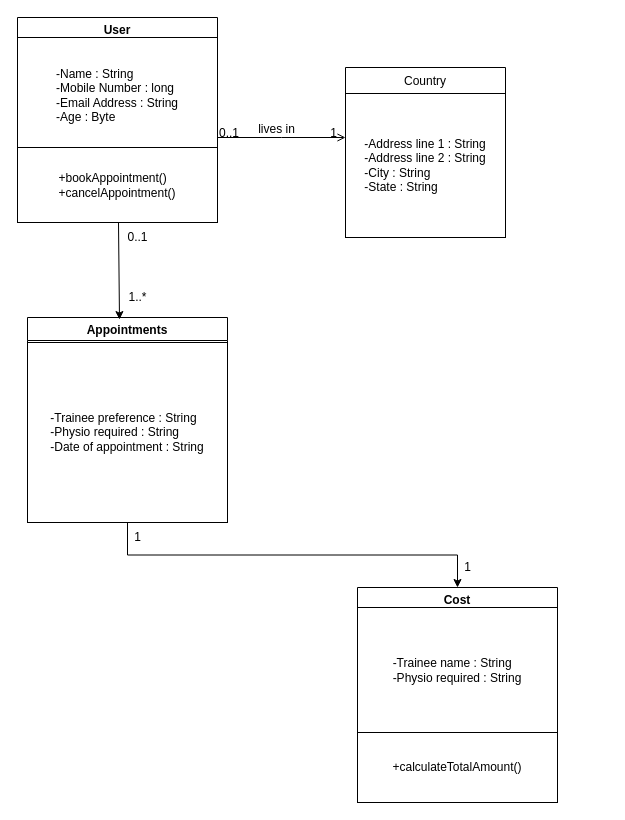
devenshettyss/gitpractice keeps this draw.io diagram as Untitled Diagram.drawio. Above is the earlier version. Source tidied: cells renumbered, new cells numbered last; positions are measured from the earlier drawing's top-left corner, leaving out a move shared by most shapes. Both pictures are drawn from the tidied source at 100%, with x=0, y=0 at pixel (17, 17).
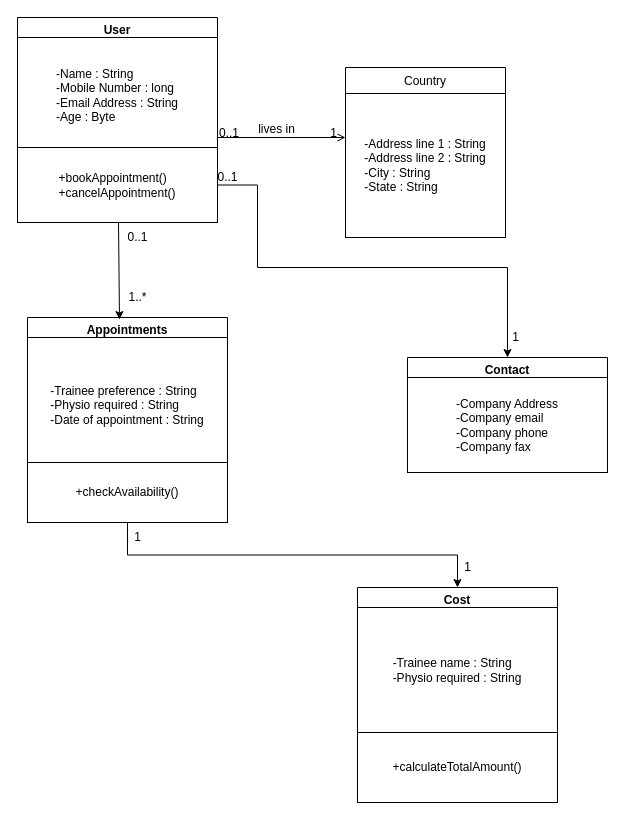
Above is the later version.

The change refers to these unchanged cells:
```xml
<mxCell id="10" value="&lt;div style=&quot;text-align: justify&quot;&gt;&lt;span&gt;+bookAppointment()&lt;/span&gt;&lt;/div&gt;&lt;div style=&quot;text-align: justify&quot;&gt;&lt;span&gt;+cancelAppointment()&lt;/span&gt;&lt;/div&gt;" style="rounded=0;whiteSpace=wrap;html=1;" parent="8" vertex="1">
  <mxGeometry y="130" width="200" height="75" as="geometry" />
</mxCell>
<mxCell id="12" value="Appointments" style="swimlane;" parent="1" vertex="1">
  <mxGeometry x="10" y="300" width="200" height="205" as="geometry" />
</mxCell>
```

What changed in the source:
```diff
@@
     <mxCell id="13" value="&lt;div style=&quot;text-align: justify&quot;&gt;&lt;span&gt;-Trainee preference : String&lt;/span&gt;&lt;/div&gt;&lt;div style=&quot;text-align: justify&quot;&gt;&lt;span&gt;-Physio required : String&lt;/span&gt;&lt;/div&gt;&lt;div style=&quot;text-align: justify&quot;&gt;&lt;span&gt;-Date of appointment : String&lt;/span&gt;&lt;/div&gt;" style="whiteSpace=wrap;html=1;" parent="12" vertex="1">
-      <mxGeometry y="25" width="200" height="180" as="geometry" />
+      <mxGeometry y="20" width="200" height="135" as="geometry" />
     </mxCell>
@@
+    <mxCell id="22" value="+checkAvailability()" style="rounded=0;whiteSpace=wrap;html=1;" parent="1" vertex="1">
+      <mxGeometry x="10" y="445" width="200" height="60" as="geometry" />
+    </mxCell>
+    <mxCell id="23" value="Contact" style="swimlane;" parent="1" vertex="1">
+      <mxGeometry x="390" y="340" width="200" height="110" as="geometry" />
+    </mxCell>
+    <mxCell id="24" value="&lt;div style=&quot;text-align: justify&quot;&gt;-Company Address&lt;/div&gt;&lt;div style=&quot;text-align: justify&quot;&gt;-Company email&lt;/div&gt;&lt;div style=&quot;text-align: justify&quot;&gt;-Company phone&lt;/div&gt;&lt;div style=&quot;text-align: justify&quot;&gt;-Company fax&lt;/div&gt;" style="whiteSpace=wrap;html=1;" parent="23" vertex="1">
+      <mxGeometry y="20" width="200" height="95" as="geometry" />
+    </mxCell>
+    <mxCell id="25" style="edgeStyle=orthogonalEdgeStyle;rounded=0;jettySize=auto;html=1;exitX=1;exitY=0.5;exitDx=0;exitDy=0;" parent="1" edge="1" source="10">
+      <mxGeometry relative="1" as="geometry">
+        <mxPoint x="490" y="340" as="targetPoint" />
+        <Array as="points">
+          <mxPoint x="240" y="168" />
+          <mxPoint x="240" y="250" />
+          <mxPoint x="490" y="250" />
+        </Array>
+      </mxGeometry>
+    </mxCell>
+    <mxCell id="26" value="0..1" style="text;html=1;align=center;verticalAlign=middle;strokeColor=none;" parent="1" vertex="1">
+      <mxGeometry x="190" y="150" width="40" height="20" as="geometry" />
+    </mxCell>
+    <mxCell id="27" value="1" style="text;html=1;align=center;verticalAlign=middle;strokeColor=none;" parent="1" vertex="1">
+      <mxGeometry x="488" y="310" width="20" height="20" as="geometry" />
+    </mxCell>
```
